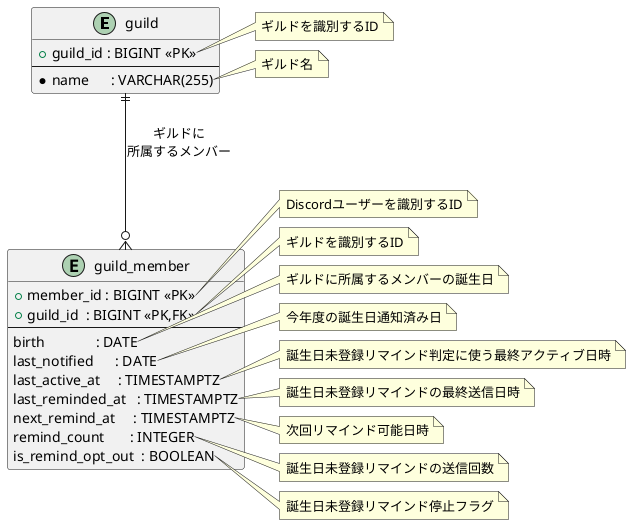
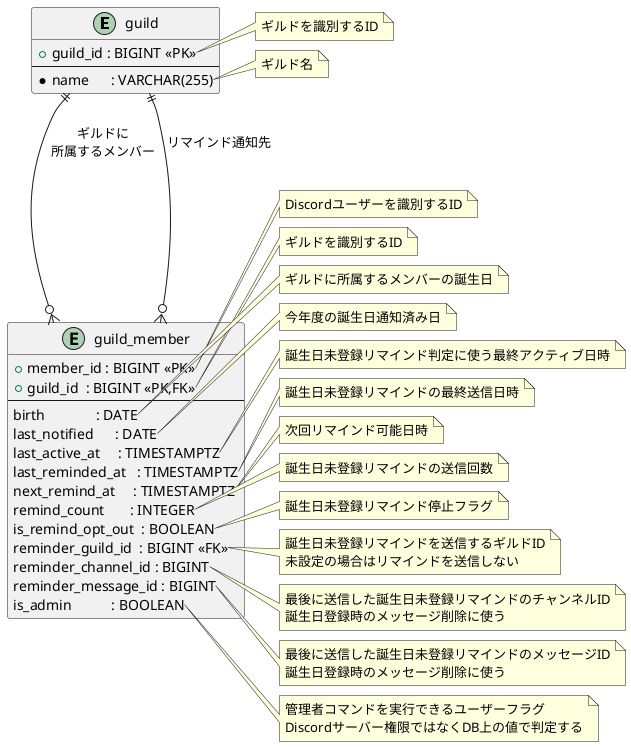
@startuml
entity "guild" as guild {
  +guild_id : BIGINT <<PK>>
  --
  *name      : VARCHAR(255)
}
note right of guild::guild_id
ギルドを識別するID
end note

note right of guild::name
ギルド名
end note

entity "guild_member" as member {
  +member_id : BIGINT <<PK>>
  +guild_id  : BIGINT <<PK,FK>>
  --
  birth              : DATE
  last_notified      : DATE
  last_active_at     : TIMESTAMPTZ
  last_reminded_at   : TIMESTAMPTZ
  next_remind_at     : TIMESTAMPTZ
  remind_count       : INTEGER
  is_remind_opt_out  : BOOLEAN
+   reminder_guild_id  : BIGINT <<FK>>
+   reminder_channel_id : BIGINT
+   reminder_message_id : BIGINT
+   is_admin           : BOOLEAN
}
note right of member::member_id
Discordユーザーを識別するID
end note

note right of member::guild_id
ギルドを識別するID
end note

note right of member::birth
ギルドに所属するメンバーの誕生日
end note

note right of member::last_notified
今年度の誕生日通知済み日
end note

note right of member::last_active_at
誕生日未登録リマインド判定に使う最終アクティブ日時
end note

note right of member::last_reminded_at
誕生日未登録リマインドの最終送信日時
end note

note right of member::next_remind_at
次回リマインド可能日時
end note

note right of member::remind_count
誕生日未登録リマインドの送信回数
end note

note right of member::is_remind_opt_out
誕生日未登録リマインド停止フラグ
end note

+ note right of member::reminder_guild_id
+ 誕生日未登録リマインドを送信するギルドID
+ 未設定の場合はリマインドを送信しない
+ end note
+ 
+ note right of member::reminder_channel_id
+ 最後に送信した誕生日未登録リマインドのチャンネルID
+ 誕生日登録時のメッセージ削除に使う
+ end note
+ 
+ note right of member::reminder_message_id
+ 最後に送信した誕生日未登録リマインドのメッセージID
+ 誕生日登録時のメッセージ削除に使う
+ end note
+ 
+ note right of member::is_admin
+ 管理者コマンドを実行できるユーザーフラグ
+ Discordサーバー権限ではなくDB上の値で判定する
+ end note
+ 
guild ||--o{ member : "ギルドに\n所属するメンバー"
+ guild ||--o{ member : "リマインド通知先"

@enduml
